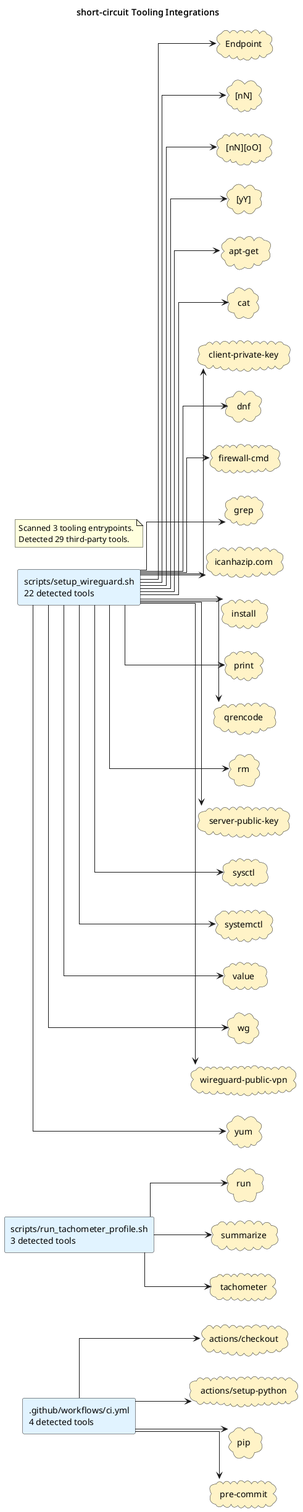
casonk/short-circuit keeps this PlantUML diagram as docs/diagrams/tooling-integrations.puml.png. Above is the earlier version.
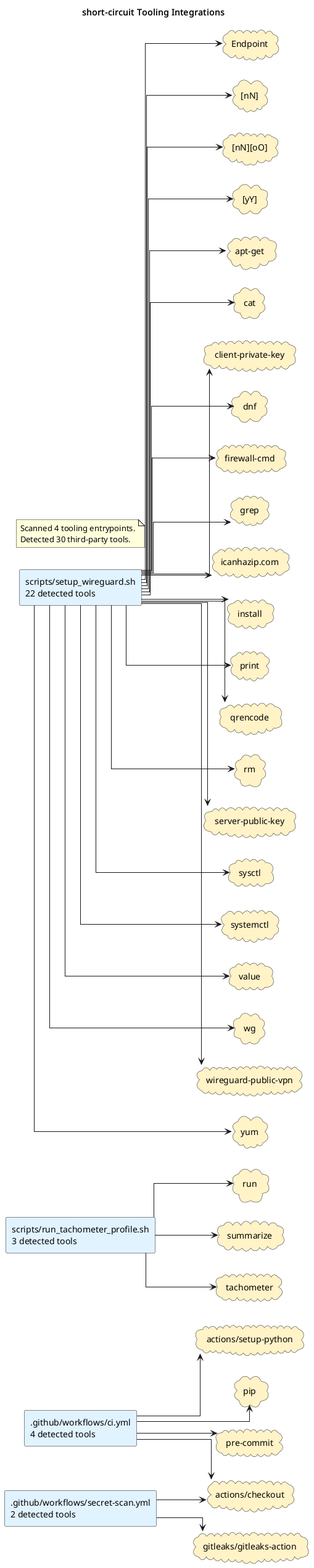
After the commit.

Commit message:
docs: refresh diagrams; ci: exclude baseline from workspace-path scan

Diff of the diagram source:
```diff
@@ -6,6 +6,7 @@
 skinparam componentStyle rectangle
 skinparam linetype ortho
 rectangle ".github/workflows/ci.yml\n4 detected tools" as source_github_workflows_ci_yml #E0F2FE
+rectangle ".github/workflows/secret-scan.yml\n2 detected tools" as source_github_workflows_secret_scan_yml #E0F2FE
 rectangle "scripts/run_tachometer_profile.sh\n3 detected tools" as source_scripts_run_tachometer_profile_sh #E0F2FE
 rectangle "scripts/setup_wireguard.sh\n22 detected tools" as source_scripts_setup_wireguard_sh #E0F2FE
 cloud "Endpoint" as tool_endpoint #FEF3C7
@@ -19,6 +20,7 @@
 cloud "client-private-key" as tool_client_private_key #FEF3C7
 cloud "dnf" as tool_dnf #FEF3C7
 cloud "firewall-cmd" as tool_firewall_cmd #FEF3C7
+cloud "gitleaks/gitleaks-action" as tool_gitleaks_gitleaks_action #FEF3C7
 cloud "grep" as tool_grep #FEF3C7
 cloud "icanhazip.com" as tool_icanhazip_com #FEF3C7
 cloud "install" as tool_install #FEF3C7
@@ -41,6 +43,8 @@
 source_github_workflows_ci_yml --> tool_actions_setup_python
 source_github_workflows_ci_yml --> tool_pip
 source_github_workflows_ci_yml --> tool_pre_commit
+source_github_workflows_secret_scan_yml --> tool_actions_checkout
+source_github_workflows_secret_scan_yml --> tool_gitleaks_gitleaks_action
 source_scripts_run_tachometer_profile_sh --> tool_run
 source_scripts_run_tachometer_profile_sh --> tool_summarize
 source_scripts_run_tachometer_profile_sh --> tool_tachometer
@@ -67,7 +71,7 @@
 source_scripts_setup_wireguard_sh --> tool_wireguard_public_vpn
 source_scripts_setup_wireguard_sh --> tool_yum
 note as toolingGraphSummary
-Scanned 3 tooling entrypoints.
-Detected 29 third-party tools.
+Scanned 4 tooling entrypoints.
+Detected 30 third-party tools.
 end note
 @enduml
```
